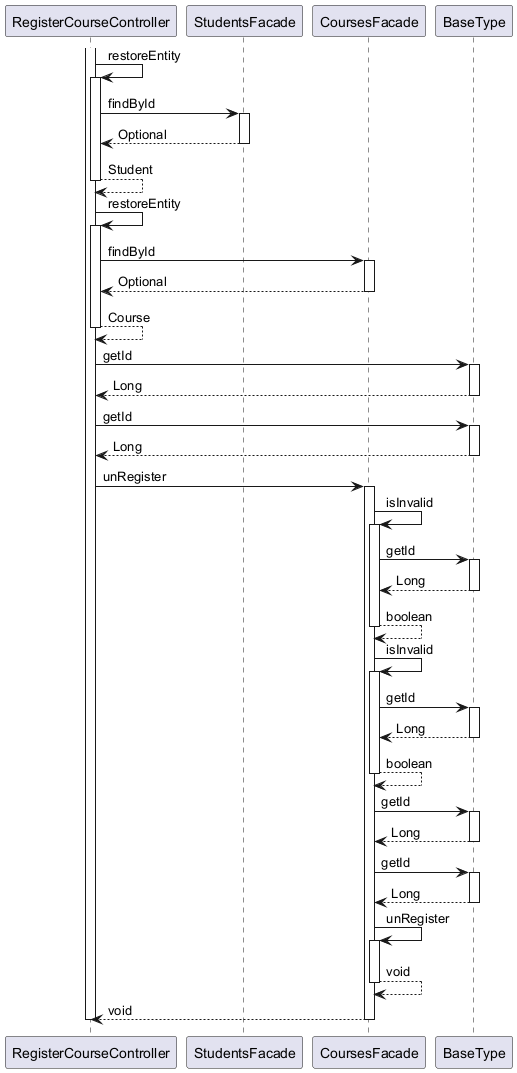
Earlier version of the PlantUML export ingress/documentation/html/images/Education.RegisterCourse.unRegisterCourse.puml.png.png (OlegSopilnyak/school-demo).
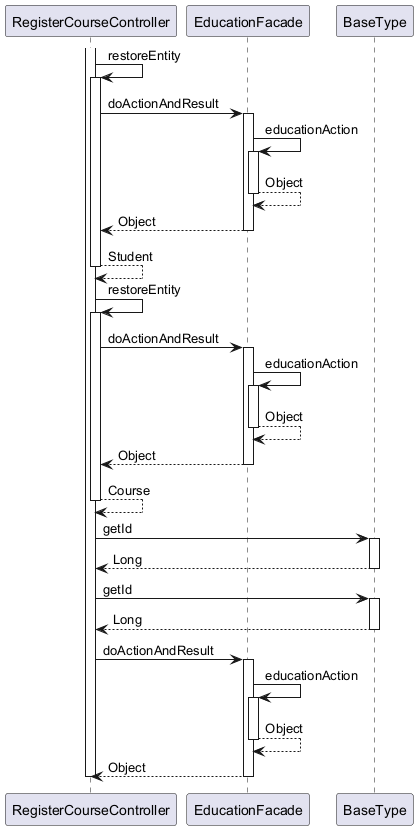
The same file after the commit.

What changed in the source:
```diff
@@ -1,25 +1,32 @@
 @startuml
 
 participant RegisterCourseController
-participant StudentsFacade
-participant CoursesFacade
+participant EducationFacade
 participant BaseType
 
 activate RegisterCourseController
 	RegisterCourseController -> RegisterCourseController : restoreEntity
 	activate RegisterCourseController
-		RegisterCourseController -> StudentsFacade : findById
-		activate StudentsFacade
-			StudentsFacade --> RegisterCourseController : Optional
-		deactivate StudentsFacade
+		RegisterCourseController -> EducationFacade : doActionAndResult
+		activate EducationFacade
+			EducationFacade -> EducationFacade : educationAction
+			activate EducationFacade
+				EducationFacade --> EducationFacade : Object
+			deactivate EducationFacade
+			EducationFacade --> RegisterCourseController : Object
+		deactivate EducationFacade
 		RegisterCourseController --> RegisterCourseController : Student
 	deactivate RegisterCourseController
 	RegisterCourseController -> RegisterCourseController : restoreEntity
 	activate RegisterCourseController
-		RegisterCourseController -> CoursesFacade : findById
-		activate CoursesFacade
-			CoursesFacade --> RegisterCourseController : Optional
-		deactivate CoursesFacade
+		RegisterCourseController -> EducationFacade : doActionAndResult
+		activate EducationFacade
+			EducationFacade -> EducationFacade : educationAction
+			activate EducationFacade
+				EducationFacade --> EducationFacade : Object
+			deactivate EducationFacade
+			EducationFacade --> RegisterCourseController : Object
+		deactivate EducationFacade
 		RegisterCourseController --> RegisterCourseController : Course
 	deactivate RegisterCourseController
 	RegisterCourseController -> BaseType : getId
@@ -30,38 +37,14 @@
 	activate BaseType
 		BaseType --> RegisterCourseController : Long
 	deactivate BaseType
-	RegisterCourseController -> CoursesFacade : unRegister
-	activate CoursesFacade
-		CoursesFacade -> CoursesFacade : isInvalid
-		activate CoursesFacade
-			CoursesFacade -> BaseType : getId
-			activate BaseType
-				BaseType --> CoursesFacade : Long
-			deactivate BaseType
-			CoursesFacade --> CoursesFacade : boolean
-		deactivate CoursesFacade
-		CoursesFacade -> CoursesFacade : isInvalid
-		activate CoursesFacade
-			CoursesFacade -> BaseType : getId
-			activate BaseType
-				BaseType --> CoursesFacade : Long
-			deactivate BaseType
-			CoursesFacade --> CoursesFacade : boolean
-		deactivate CoursesFacade
-		CoursesFacade -> BaseType : getId
-		activate BaseType
-			BaseType --> CoursesFacade : Long
-		deactivate BaseType
-		CoursesFacade -> BaseType : getId
-		activate BaseType
-			BaseType --> CoursesFacade : Long
-		deactivate BaseType
-		CoursesFacade -> CoursesFacade : unRegister
-		activate CoursesFacade
-			CoursesFacade --> CoursesFacade : void
-		deactivate CoursesFacade
-		CoursesFacade --> RegisterCourseController : void
-	deactivate CoursesFacade
+	RegisterCourseController -> EducationFacade : doActionAndResult
+	activate EducationFacade
+		EducationFacade -> EducationFacade : educationAction
+		activate EducationFacade
+			EducationFacade --> EducationFacade : Object
+		deactivate EducationFacade
+		EducationFacade --> RegisterCourseController : Object
+	deactivate EducationFacade
 deactivate RegisterCourseController
 
 @enduml
```
